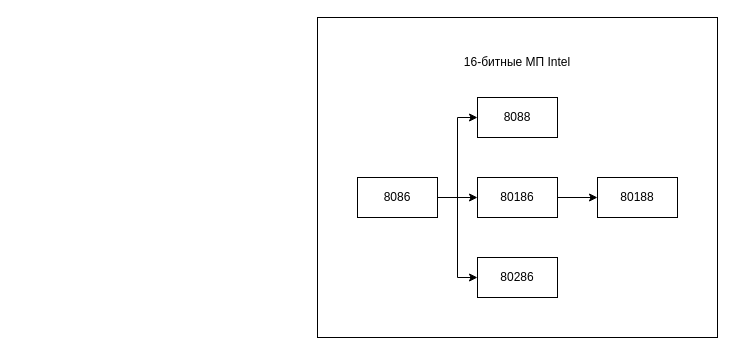
Before: Генеалогия 16-битных МП Intel.drawio in DMfananddu/DSM, a draw.io diagram. Source tidied: cells renumbered, new cells numbered last; positions are measured from the earlier drawing's top-left corner, leaving out a move shared by most shapes. Both pictures are drawn from the tidied source at 100%, with x=0, y=0 at pixel (317, 17).
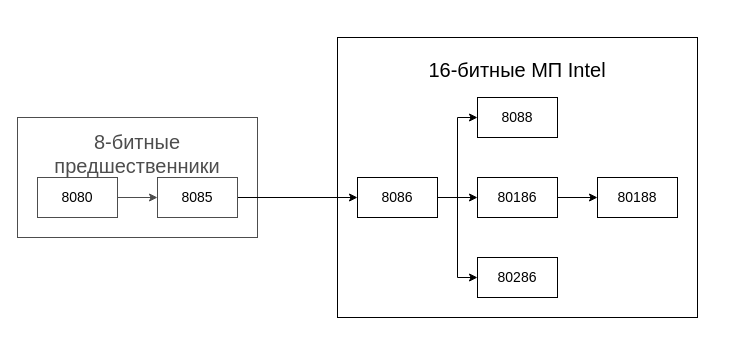
The same page after the edit.

Change to the diagram source:
```diff
@@
 <mxGraphModel>
   <root>
     <mxCell id="0" />
     <mxCell id="1" parent="0" />
+    <mxCell id="12" value="&lt;font color=&quot;#4d4d4d&quot; style=&quot;font-size: 20px&quot;&gt;8-битные предшественники&lt;br&gt;&lt;br&gt;&lt;br&gt;&lt;/font&gt;" style="rounded=0;whiteSpace=wrap;html=1;strokeWidth=1;fontSize=14;strokeColor=#4D4D4D;" parent="1" vertex="1">
+      <mxGeometry x="-300" y="100" width="240" height="120" as="geometry" />
+    </mxCell>
-    <mxCell id="2" value="&lt;br&gt;16-битные МП Intel&lt;br&gt;&lt;br&gt;&lt;br&gt;&lt;br&gt;&lt;br&gt;&lt;br&gt;&lt;br&gt;&lt;br&gt;&lt;br&gt;&lt;br&gt;&lt;br&gt;&lt;br&gt;&lt;br&gt;&lt;br&gt;&lt;br&gt;&lt;br&gt;&lt;br&gt;&lt;br&gt;" style="rounded=0;whiteSpace=wrap;html=1;" parent="1" vertex="1">
-      <mxGeometry width="400" height="320" as="geometry" />
+    <mxCell id="2" value="&lt;font style=&quot;font-size: 20px&quot;&gt;&lt;br&gt;16-битные МП Intel&lt;br&gt;&lt;br&gt;&lt;br&gt;&lt;br&gt;&lt;br&gt;&lt;br&gt;&lt;br&gt;&lt;br&gt;&lt;br&gt;&lt;br&gt;&lt;br&gt;&lt;/font&gt;" style="rounded=0;whiteSpace=wrap;html=1;" parent="1" vertex="1">
+      <mxGeometry x="20" y="20" width="360" height="280" as="geometry" />
     </mxCell>
     <mxCell id="3" style="edgeStyle=orthogonalEdgeStyle;rounded=0;jettySize=auto;html=1;exitX=1;exitY=0.5;exitDx=0;exitDy=0;entryX=0;entryY=0.5;entryDx=0;entryDy=0;" parent="1" edge="1" source="6" target="11">
       <mxGeometry relative="1" as="geometry" />
     </mxCell>
     <mxCell id="4" style="edgeStyle=orthogonalEdgeStyle;rounded=0;jettySize=auto;html=1;exitX=1;exitY=0.5;exitDx=0;exitDy=0;entryX=0;entryY=0.5;entryDx=0;entryDy=0;" parent="1" edge="1" source="6" target="10">
       <mxGeometry relative="1" as="geometry" />
     </mxCell>
     <mxCell id="5" style="edgeStyle=orthogonalEdgeStyle;rounded=0;jettySize=auto;html=1;exitX=1;exitY=0.5;exitDx=0;exitDy=0;entryX=0;entryY=0.5;entryDx=0;entryDy=0;" parent="1" edge="1" source="6" target="8">
       <mxGeometry relative="1" as="geometry" />
     </mxCell>
-    <mxCell id="6" value="8086" style="rounded=0;whiteSpace=wrap;html=1;" parent="1" vertex="1">
+    <mxCell id="6" value="8086" style="rounded=0;whiteSpace=wrap;html=1;strokeWidth=1;fontSize=14;" parent="1" vertex="1">
       <mxGeometry x="40" y="160" width="80" height="40" as="geometry" />
     </mxCell>
-    <mxCell id="7" value="80188" style="rounded=0;whiteSpace=wrap;html=1;" parent="1" vertex="1">
+    <mxCell id="7" value="80188" style="rounded=0;whiteSpace=wrap;html=1;strokeWidth=1;fontSize=14;" parent="1" vertex="1">
       <mxGeometry x="280" y="160" width="80" height="40" as="geometry" />
     </mxCell>
-    <mxCell id="8" value="80286" style="rounded=0;whiteSpace=wrap;html=1;" parent="1" vertex="1">
+    <mxCell id="8" value="80286" style="rounded=0;whiteSpace=wrap;html=1;strokeWidth=1;fontSize=14;" parent="1" vertex="1">
       <mxGeometry x="160" y="240" width="80" height="40" as="geometry" />
     </mxCell>
     <mxCell id="9" style="edgeStyle=orthogonalEdgeStyle;rounded=0;jettySize=auto;html=1;exitX=1;exitY=0.5;exitDx=0;exitDy=0;entryX=0;entryY=0.5;entryDx=0;entryDy=0;" parent="1" edge="1" source="10" target="7">
       <mxGeometry relative="1" as="geometry" />
     </mxCell>
-    <mxCell id="10" value="80186" style="rounded=0;whiteSpace=wrap;html=1;" parent="1" vertex="1">
+    <mxCell id="10" value="80186" style="rounded=0;whiteSpace=wrap;html=1;strokeWidth=1;fontSize=14;" parent="1" vertex="1">
       <mxGeometry x="160" y="160" width="80" height="40" as="geometry" />
     </mxCell>
-    <mxCell id="11" value="8088" style="rounded=0;whiteSpace=wrap;html=1;" parent="1" vertex="1">
+    <mxCell id="11" value="8088" style="rounded=0;whiteSpace=wrap;html=1;strokeWidth=1;fontSize=14;" parent="1" vertex="1">
       <mxGeometry x="160" y="80" width="80" height="40" as="geometry" />
     </mxCell>
+    <mxCell id="13" style="edgeStyle=orthogonalEdgeStyle;rounded=0;jettySize=auto;html=1;exitX=1;exitY=0.5;exitDx=0;exitDy=0;entryX=0;entryY=0.5;entryDx=0;entryDy=0;fontSize=14;" parent="1" edge="1" source="14" target="6">
+      <mxGeometry relative="1" as="geometry" />
+    </mxCell>
+    <mxCell id="14" value="8085" style="rounded=0;whiteSpace=wrap;html=1;strokeWidth=1;fontSize=14;strokeColor=#4D4D4D;" parent="1" vertex="1">
+      <mxGeometry x="-160" y="160" width="80" height="40" as="geometry" />
+    </mxCell>
+    <mxCell id="15" style="edgeStyle=orthogonalEdgeStyle;rounded=0;jettySize=auto;html=1;exitX=1;exitY=0.5;exitDx=0;exitDy=0;entryX=0;entryY=0.5;entryDx=0;entryDy=0;fontSize=14;strokeColor=#4D4D4D;" parent="1" edge="1" source="16" target="14">
+      <mxGeometry relative="1" as="geometry" />
+    </mxCell>
+    <mxCell id="16" value="8080" style="rounded=0;whiteSpace=wrap;html=1;strokeWidth=1;fontSize=14;strokeColor=#4D4D4D;" parent="1" vertex="1">
+      <mxGeometry x="-280" y="160" width="80" height="40" as="geometry" />
+    </mxCell>
   </root>
 </mxGraphModel>
```
